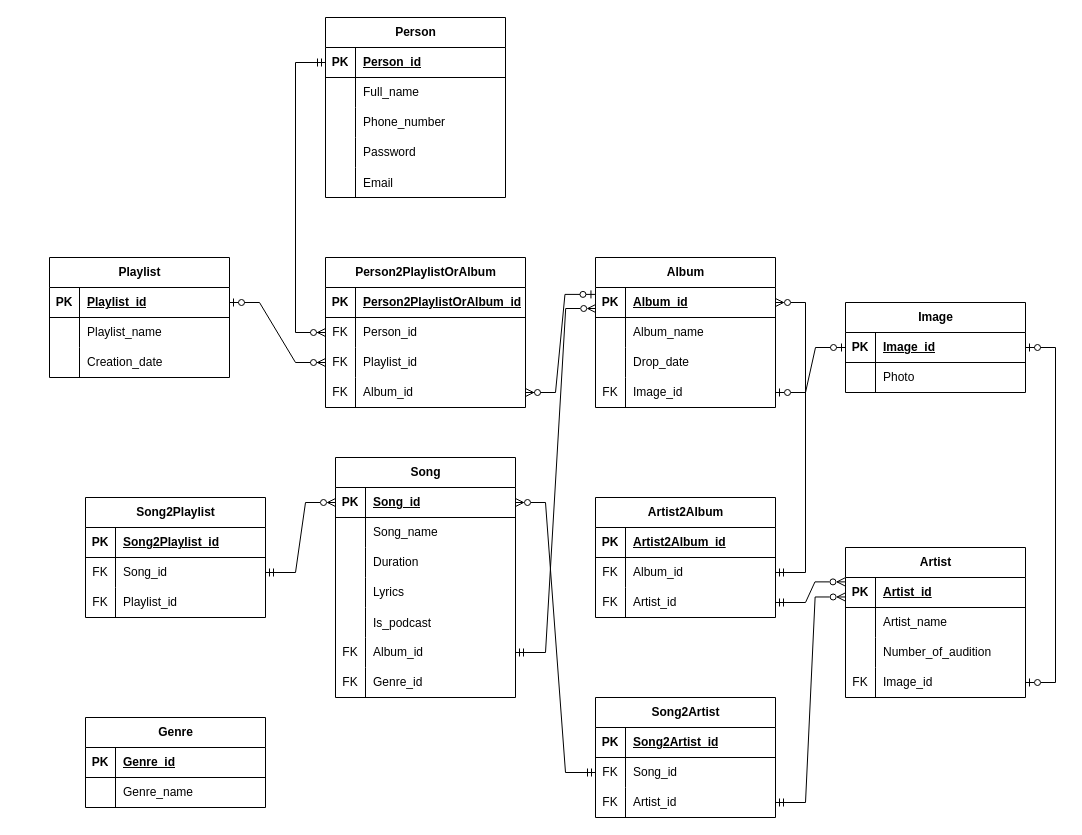
The draw.io diagram лм v2.0.drawio in marsek4/database, before the edit. Source tidied: cells renumbered, new cells numbered last; positions are measured from the earlier drawing's top-left corner, leaving out a move shared by most shapes. Both pictures are drawn from the tidied source at 100%, with x=0, y=0 at pixel (49, 17).
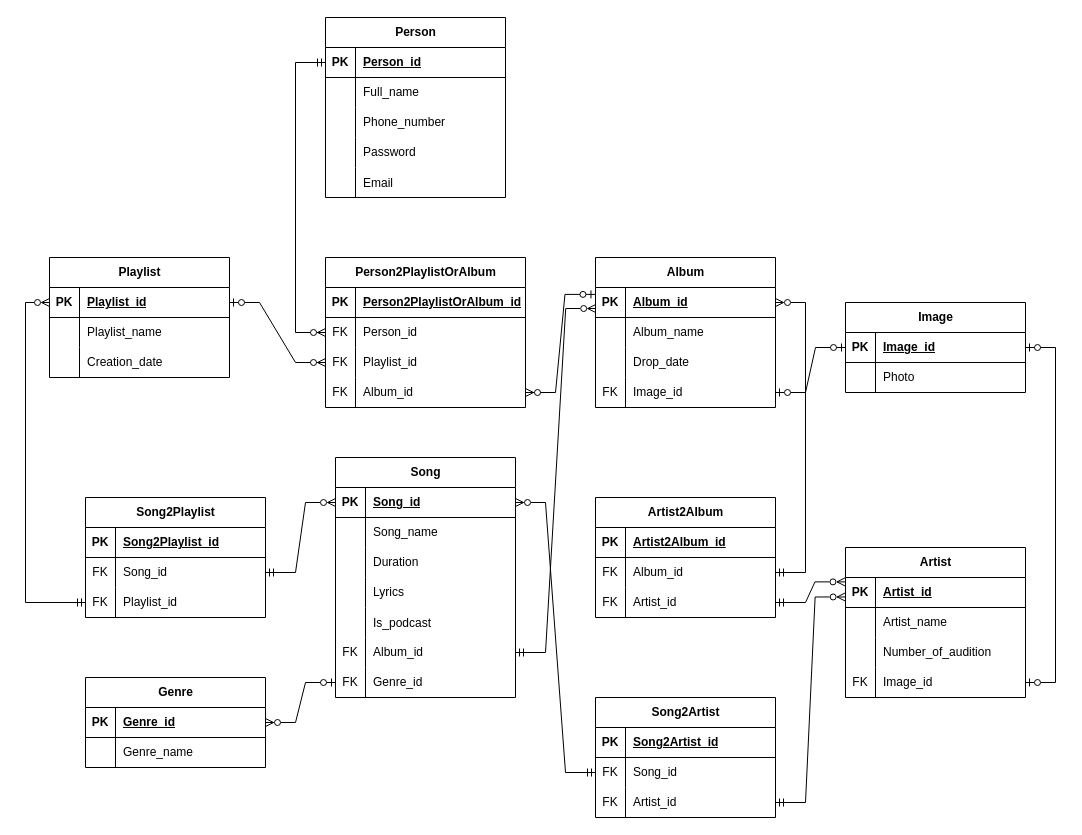
The same diagram, later.

Unchanged cells that the change refers to:
```xml
<mxCell id="32" style="shape=tableRow;horizontal=0;startSize=0;swimlaneHead=0;swimlaneBody=0;fillColor=none;points=[[0,0.5],[1,0.5]];portConstraint=eastwest;top=0;left=0;right=0;bottom=1;" parent="31" vertex="1">
  <mxGeometry y="30" width="180" height="30" as="geometry" />
</mxCell>
<mxCell id="42" style="shape=tableRow;horizontal=0;startSize=0;swimlaneHead=0;swimlaneBody=0;fillColor=none;points=[[0,0.5],[1,0.5]];portConstraint=eastwest;top=0;left=0;right=0;bottom=1;" parent="41" vertex="1">
  <mxGeometry y="30" width="180" height="30" as="geometry" />
</mxCell>
<mxCell id="75" style="shape=tableRow;horizontal=0;startSize=0;swimlaneHead=0;swimlaneBody=0;fillColor=none;points=[[0,0.5],[1,0.5]];portConstraint=eastwest;top=0;left=0;right=0;bottom=0;" parent="68" vertex="1">
  <mxGeometry y="90" width="180" height="30" as="geometry" />
</mxCell>
<mxCell id="107" style="shape=tableRow;horizontal=0;startSize=0;swimlaneHead=0;swimlaneBody=0;fillColor=none;points=[[0,0.5],[1,0.5]];portConstraint=eastwest;top=0;left=0;right=0;bottom=0;" parent="88" vertex="1">
  <mxGeometry y="210" width="180" height="30" as="geometry" />
</mxCell>
```

What changed in the source:
```diff
@@
     <mxCell id="41" value="Genre" style="shape=table;startSize=30;childLayout=tableLayout;rowLines=0;fontStyle=1;align=center;html=1;" parent="1" vertex="1">
-      <mxGeometry x="36" y="700" width="180" height="90" as="geometry" />
+      <mxGeometry x="36" y="660" width="180" height="90" as="geometry" />
     </mxCell>
@@
+    <mxCell id="144" style="edgeStyle=elbowEdgeStyle;fontSize=12;html=1;endArrow=ERzeroToMany;startArrow=ERmandOne;rounded=0;entryX=0;entryY=0.5;entryDx=0;entryDy=0;endFill=0;exitX=0;exitY=0.5;exitDx=0;exitDy=0;" parent="1" edge="1" source="75" target="32">
+      <mxGeometry relative="1" as="geometry">
+        <Array as="points">
+          <mxPoint x="-24" y="430" />
+        </Array>
+      </mxGeometry>
+    </mxCell>
+    <mxCell id="145" style="edgeStyle=entityRelationEdgeStyle;fontSize=12;html=1;endArrow=ERzeroToMany;startArrow=ERzeroToOne;rounded=0;exitX=0;exitY=0.5;exitDx=0;exitDy=0;entryX=1;entryY=0.5;entryDx=0;entryDy=0;endFill=0;" parent="1" edge="1" source="107" target="42">
+      <mxGeometry relative="1" as="geometry" />
+    </mxCell>
```
